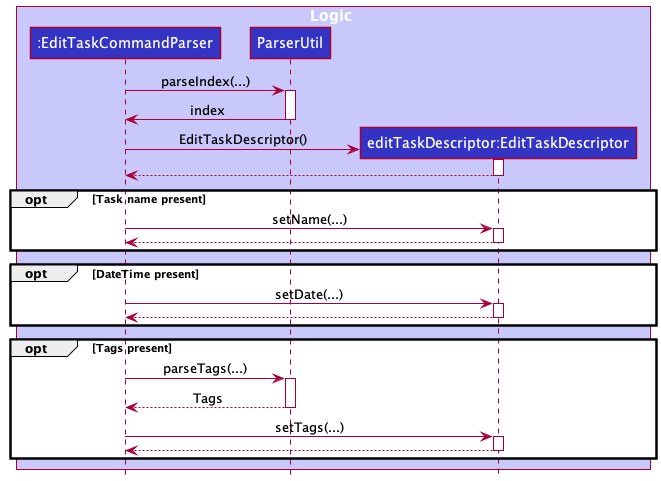
snss231/tp keeps this PlantUML diagram as docs/images/EditTaskDiagram/EditTaskSequenceDiagramState1.png. Above is the earlier version.
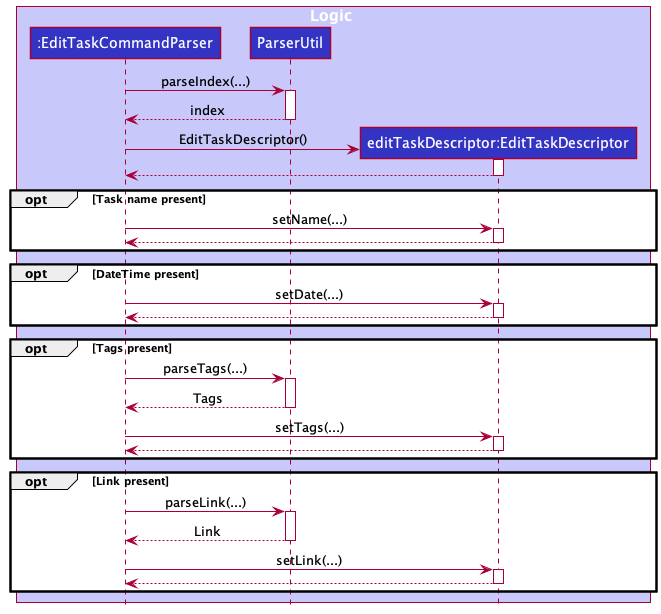
After the commit.

Commit message:
Update edit task function to edit link

Change to the diagram source:
```diff
@@ -11,7 +11,7 @@
 EditTaskCommandParser -> ParserUtil : parseIndex(...)
 activate ParserUtil
 
-ParserUtil -> EditTaskCommandParser : index
+ParserUtil --> EditTaskCommandParser : index
 deactivate ParserUtil
 
 create EditTaskDescriptor
@@ -45,4 +45,16 @@
 EditTaskDescriptor --> EditTaskCommandParser
 deactivate EditTaskDescriptor
 end
+
+opt Link present
+EditTaskCommandParser -> ParserUtil : parseLink(...)
+activate ParserUtil
+ParserUtil --> EditTaskCommandParser : Link
+deactivate ParserUtil
+EditTaskCommandParser -> EditTaskDescriptor : setLink(...)
+activate EditTaskDescriptor
+EditTaskDescriptor --> EditTaskCommandParser
+deactivate EditTaskDescriptor
+end
+
 @enduml
```
